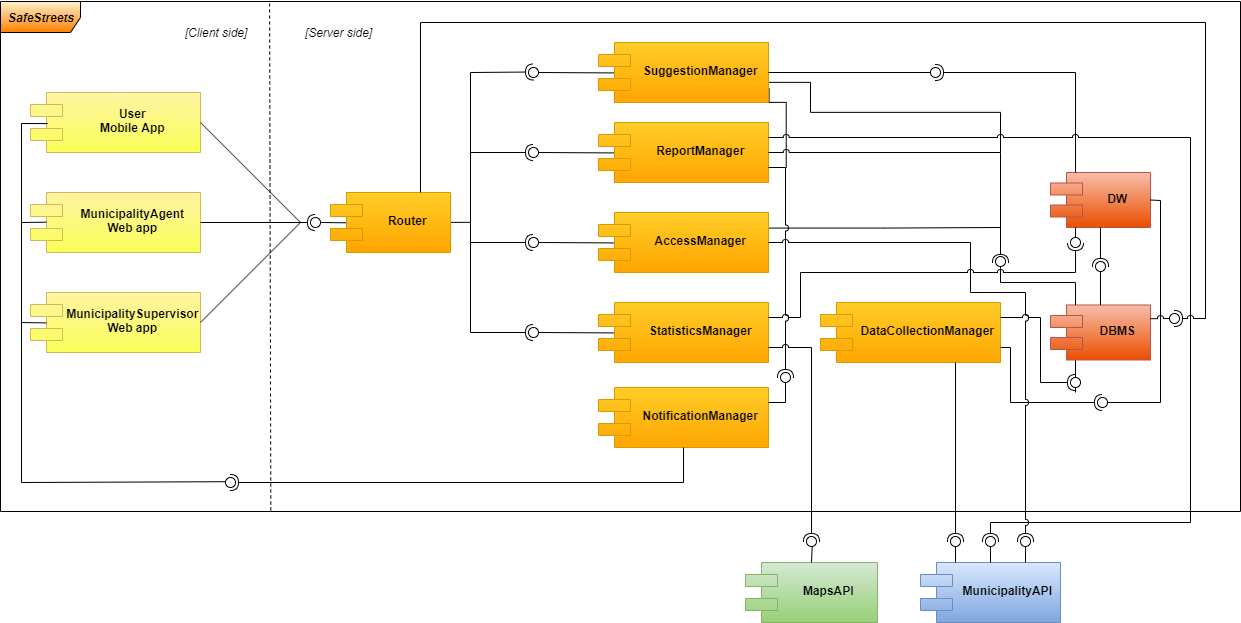
Earlier version of the draw.io export DD/img/Component1.png (SimoneSartoni/SoftwareEngineering2). Source tidied: cells renumbered, new cells last; positions are measured from the earlier drawing's top-left corner, leaving out a move shared by most shapes.
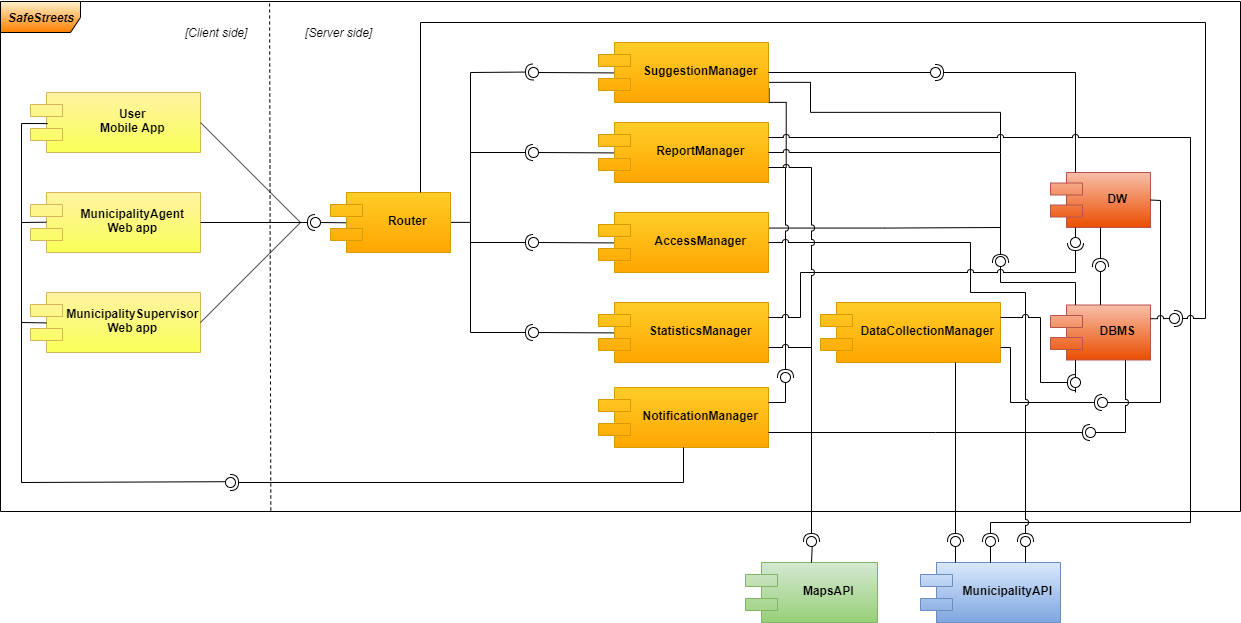
The same diagram one commit later.

Diff of the diagram source:
```diff
@@ -93,9 +93,6 @@
     <mxCell id="24" style="ellipse;whiteSpace=wrap;html=1;fontFamily=Helvetica;fontSize=12;fontColor=#000000;align=center;strokeColor=#000000;fillColor=#ffffff;points=[];" parent="1" vertex="1">
       <mxGeometry x="528" y="236" width="10" height="10" as="geometry" />
     </mxCell>
-    <mxCell id="25" style="edgeStyle=orthogonalEdgeStyle;rounded=0;jumpStyle=arc;jettySize=auto;html=1;exitX=1;exitY=0.25;exitDx=0;exitDy=0;entryX=0.25;entryY=1;entryDx=0;entryDy=0;endArrow=none;endFill=0;opacity=0;" parent="1" edge="1" source="26" target="37">
-      <mxGeometry relative="1" as="geometry" />
-    </mxCell>
     <mxCell id="26" value="StatisticsManager" style="shape=component;align=center;spacingLeft=36;fontStyle=1;gradientColor=#ffa500;fillColor=#ffcd28;strokeColor=#d79b00;" parent="1" vertex="1">
       <mxGeometry x="598" y="301" width="170" height="60" as="geometry" />
     </mxCell>
@@ -378,5 +375,30 @@
     <mxCell id="83" style="ellipse;whiteSpace=wrap;html=1;fontFamily=Helvetica;fontSize=12;fontColor=#000000;align=center;strokeColor=#000000;fillColor=#ffffff;points=[];" parent="1" vertex="1">
       <mxGeometry x="1169" y="312" width="10" height="10" as="geometry" />
     </mxCell>
+    <mxCell id="84" style="endArrow=none;html=1;rounded=0;jumpStyle=arc;" parent="1" edge="1">
+      <mxGeometry relative="1" as="geometry">
+        <mxPoint x="780" y="166" as="sourcePoint" />
+        <mxPoint x="811" y="351" as="targetPoint" />
+        <Array as="points">
+          <mxPoint x="811" y="166" />
+        </Array>
+      </mxGeometry>
+    </mxCell>
+    <mxCell id="85" style="rounded=0;jettySize=auto;html=1;endArrow=oval;endFill=0;strokeColor=#000000;endSize=10;jumpStyle=arc;exitX=0.75;exitY=1;exitDx=0;exitDy=0;" parent="1" edge="1" source="36">
+      <mxGeometry relative="1" as="geometry">
+        <mxPoint x="1090" y="431" as="targetPoint" />
+        <Array as="points">
+          <mxPoint x="1125" y="431" />
+        </Array>
+      </mxGeometry>
+    </mxCell>
+    <mxCell id="86" style="rounded=0;jettySize=auto;html=1;endArrow=halfCircle;endFill=0;endSize=6;strokeWidth=1;exitX=1;exitY=0.75;exitDx=0;exitDy=0;" parent="1" edge="1" source="30">
+      <mxGeometry relative="1" as="geometry">
+        <mxPoint x="1090" y="431" as="targetPoint" />
+        <Array as="points">
+          <mxPoint x="935" y="431" />
+        </Array>
+      </mxGeometry>
+    </mxCell>
   </root>
 </mxGraphModel>
```
